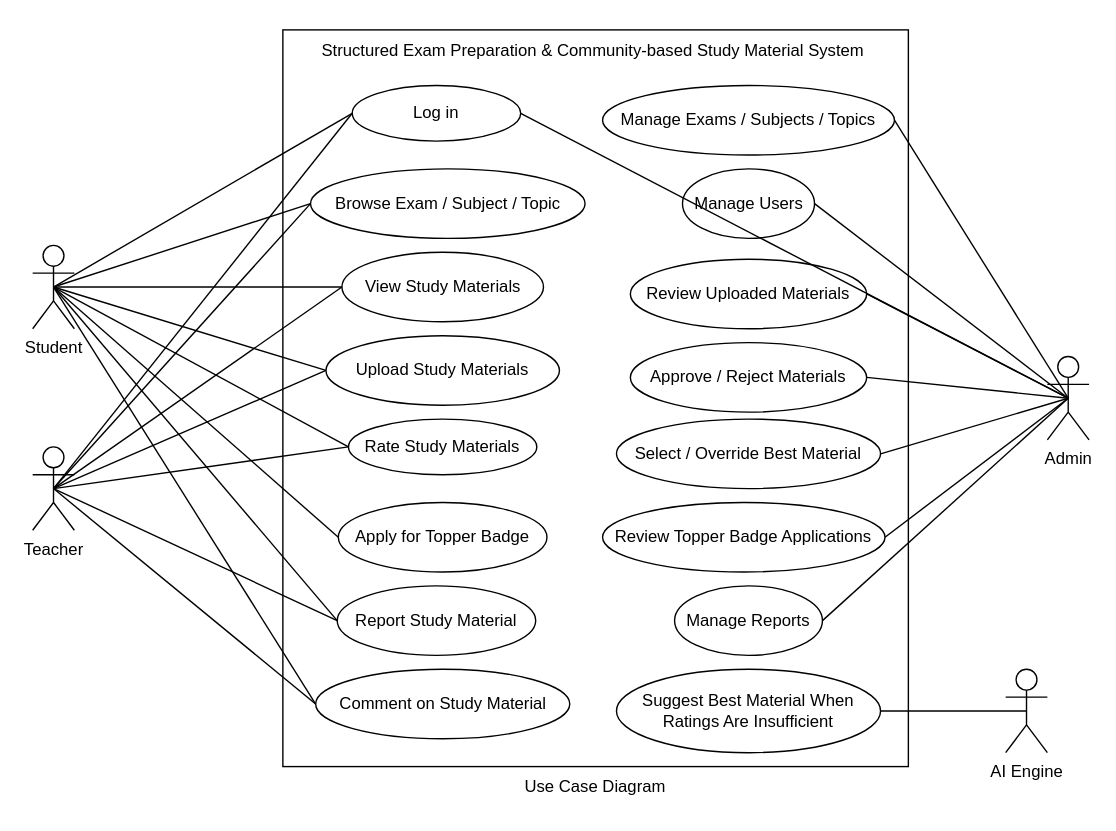
Before: page "Use Case Diagram" (1 of 7) of docs/system-diagrams.drawio in SayanMondal-1643/PeerPrep, a draw.io diagram. Source tidied: cells renumbered, new cells numbered last; positions are measured from the earlier drawing's top-left corner, leaving out a move shared by most shapes. Both pictures are drawn from the tidied source at 139%, with x=0, y=0 at pixel (32, 29).
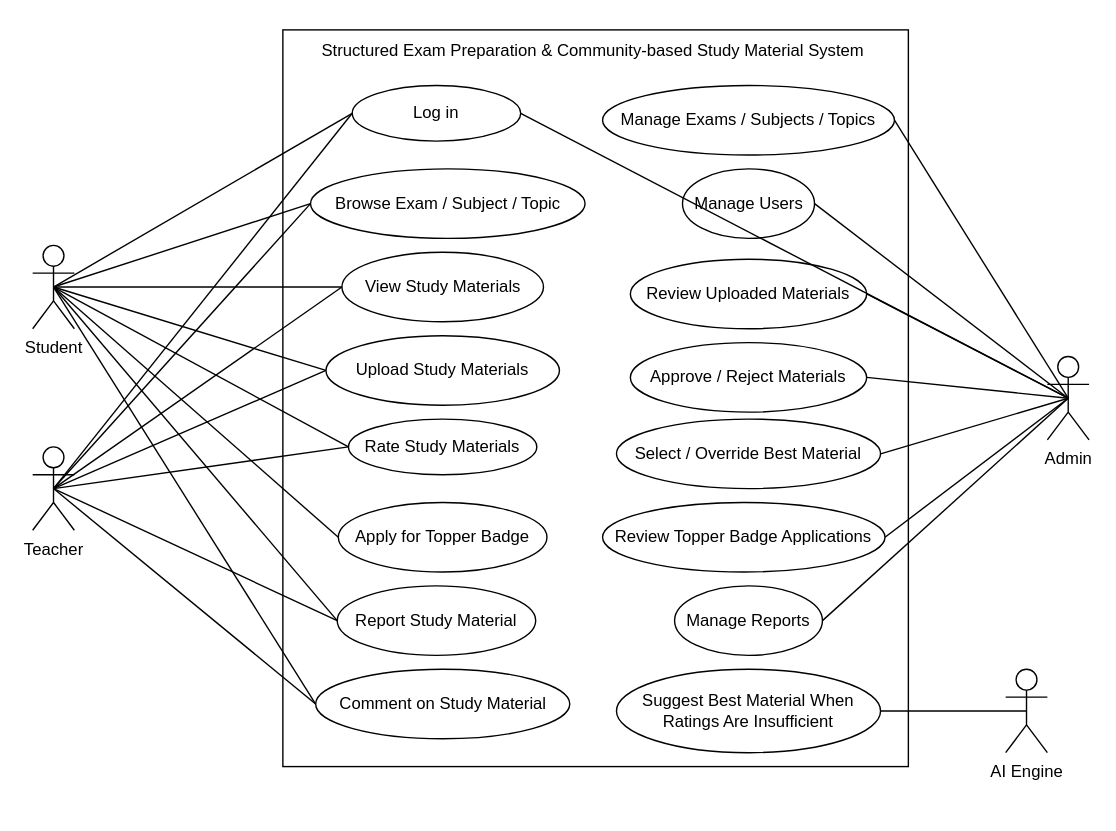
Above is the later version.

Diff of the diagram source:
```diff
@@
-    <mxCell id="35" value="Use Case Diagram" style="text;html=1;whiteSpace=wrap;strokeColor=none;fillColor=none;align=center;verticalAlign=middle;rounded=0;" parent="1" vertex="1">
-      <mxGeometry x="345" y="530" width="120" height="30" as="geometry" />
-    </mxCell>
```
